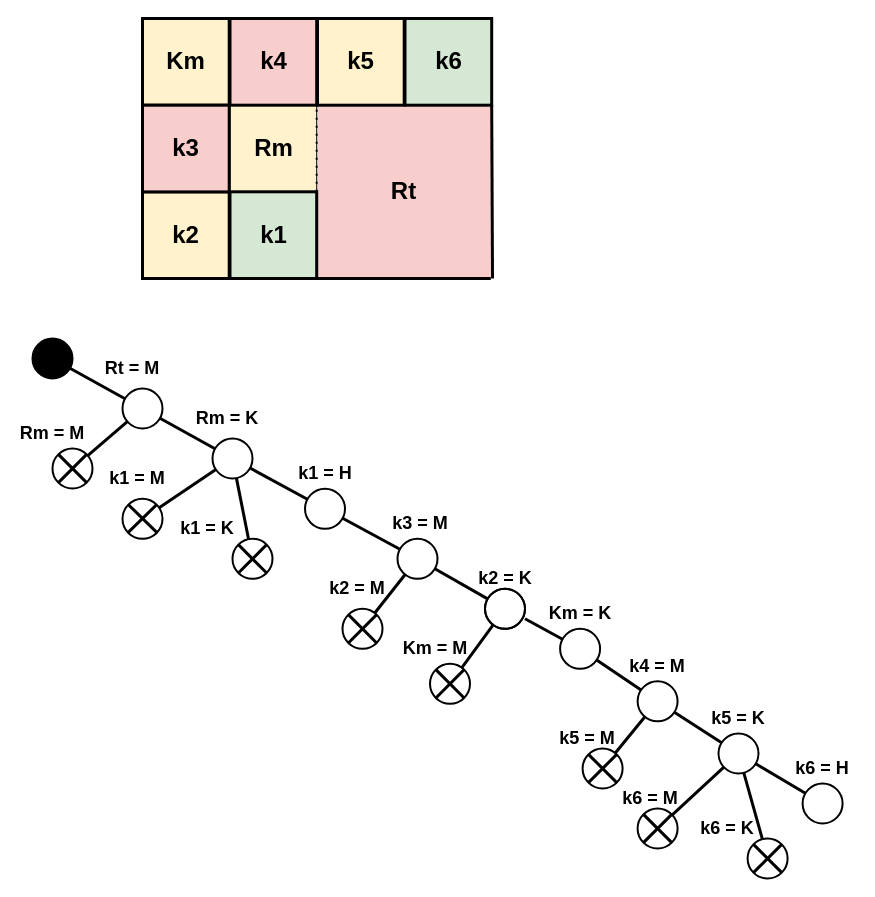
ahmrh/diagrams.net keeps this draw.io diagram as graph_color.drawio. Above is the earlier version. Source tidied: cells renumbered, new cells numbered last; positions are measured from the earlier drawing's top-left corner, leaving out a move shared by most shapes. Both pictures are drawn from the tidied source at 100%, with x=0, y=0 at pixel (17, 18).
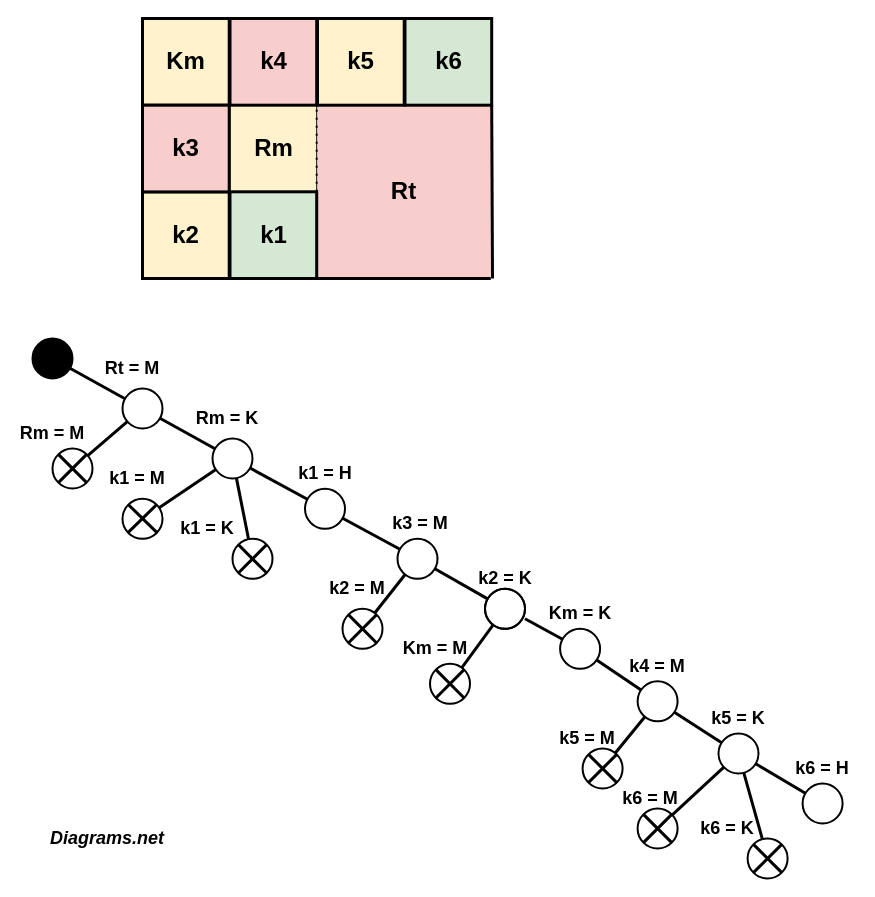
The same page after the edit.

What changed in the source:
```diff
@@
+    <mxCell id="84" value="&lt;i&gt;Diagrams.net&lt;/i&gt;" style="text;html=1;strokeColor=none;fillColor=none;align=center;verticalAlign=middle;whiteSpace=wrap;rounded=0;fontSize=18;fontStyle=1;" parent="1" vertex="1">
+      <mxGeometry x="15" y="800" width="150" height="40" as="geometry" />
+    </mxCell>
```
